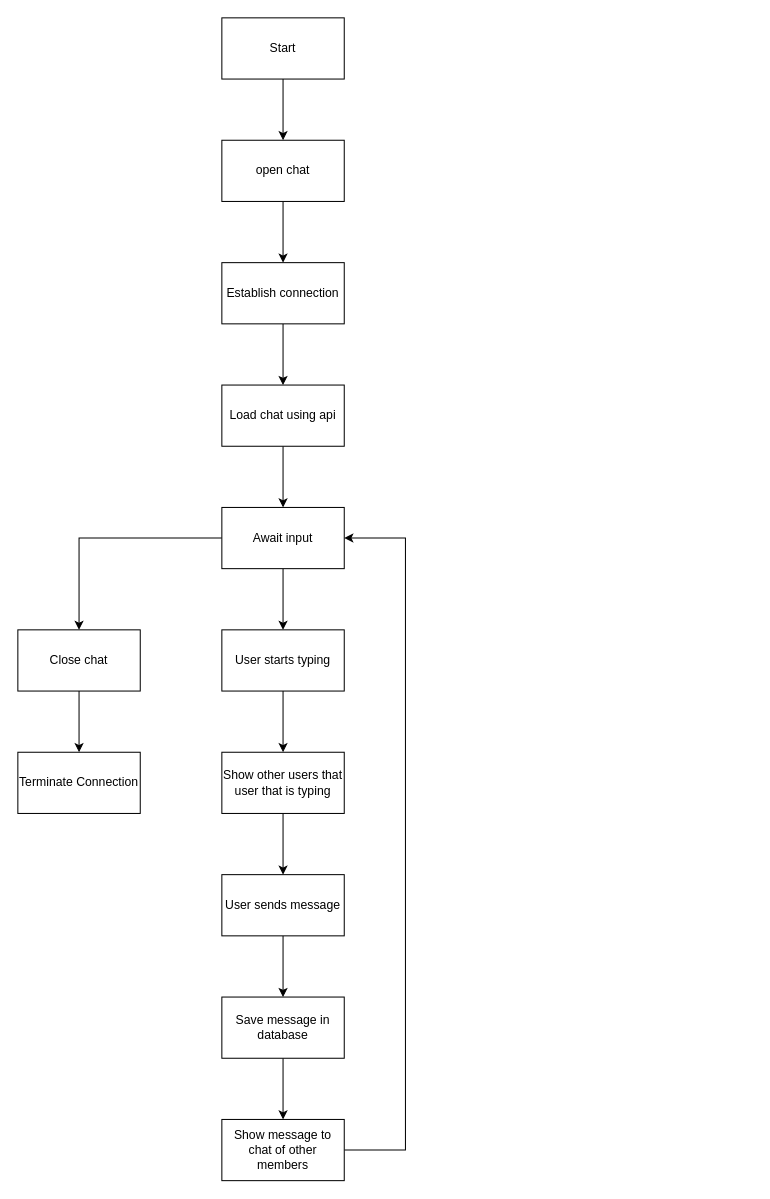
Earlier version of the draw.io diagram internship_s8/Usecase diagram.drawio (Gryfin123/diagrams_with_no_context). Source tidied: cells renumbered, new cells numbered last; positions are measured from the earlier drawing's top-left corner, leaving out a move shared by most shapes. Both pictures are drawn from the tidied source at 102%, with x=0, y=0 at pixel (17, 17).
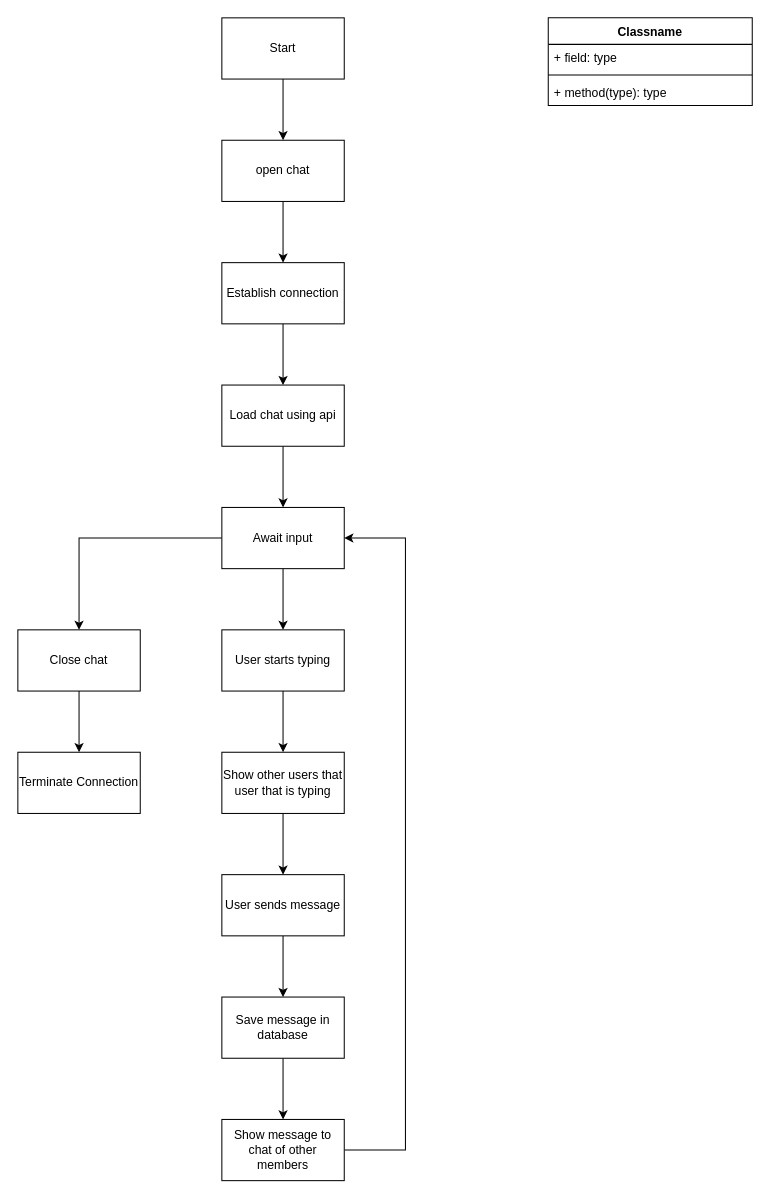
The same diagram, later.

Commit message (it also covers changes not shown here):
internship_s8/Usecase diagram.drawio bijwerken

The edit, as a diff of the source:
```diff
@@
+    <mxCell id="26" value="Classname" style="swimlane;fontStyle=1;align=center;verticalAlign=top;horizontal=1;startSize=26;whiteSpace=wrap;html=1;" parent="1" vertex="1">
+      <mxGeometry x="520" width="200" height="86" as="geometry" />
+    </mxCell>
+    <mxCell id="27" value="+ field: type" style="text;strokeColor=none;fillColor=none;align=left;verticalAlign=top;spacingLeft=4;spacingRight=4;overflow=hidden;whiteSpace=wrap;html=1;" parent="26" vertex="1">
+      <mxGeometry y="26" width="200" height="26" as="geometry" />
+    </mxCell>
+    <mxCell id="28" style="line;strokeWidth=1;fillColor=none;align=left;verticalAlign=middle;spacingTop=-1;spacingLeft=3;spacingRight=3;labelPosition=right;strokeColor=inherit;" parent="26" vertex="1">
+      <mxGeometry y="52" width="200" height="8" as="geometry" />
+    </mxCell>
+    <mxCell id="29" value="+ method(type): type" style="text;strokeColor=none;fillColor=none;align=left;verticalAlign=top;spacingLeft=4;spacingRight=4;overflow=hidden;whiteSpace=wrap;html=1;" parent="26" vertex="1">
+      <mxGeometry y="60" width="200" height="26" as="geometry" />
+    </mxCell>
```
